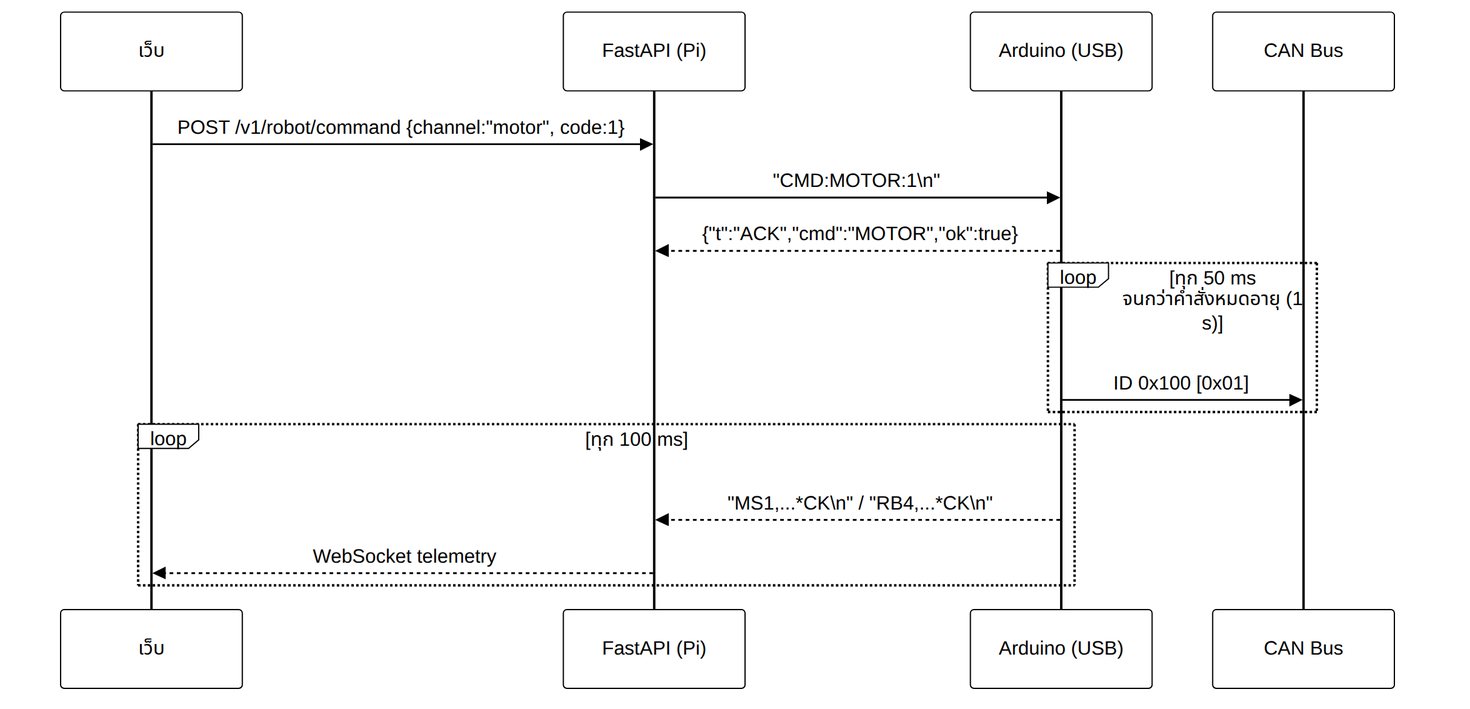
Before: docs/images/2-2-2-sequence-web-command.png, a diagram exported from Mermaid (SaktanuthPeak/durian-bot). Its source is kept beside it as docs/diagrams/2-2-2-sequence-web-command.mmd. The source it was exported from:
```mermaid
%%{init: {'theme': 'base', 'themeVariables': {'background': '#ffffff', 'mainBkg': '#ffffff', 'primaryColor': '#ffffff', 'secondaryColor': '#ffffff', 'tertiaryColor': '#ffffff', 'primaryTextColor': '#000000', 'secondaryTextColor': '#000000', 'tertiaryTextColor': '#000000', 'textColor': '#000000', 'primaryBorderColor': '#000000', 'secondaryBorderColor': '#000000', 'tertiaryBorderColor': '#000000', 'nodeBorder': '#000000', 'lineColor': '#000000', 'clusterBkg': '#ffffff', 'clusterBorder': '#000000', 'edgeLabelBackground': '#ffffff', 'titleColor': '#000000', 'actorBkg': '#ffffff', 'actorBorder': '#000000', 'actorTextColor': '#000000', 'actorLineColor': '#000000', 'signalColor': '#000000', 'signalTextColor': '#000000', 'labelBoxBkgColor': '#ffffff', 'labelBoxBorderColor': '#000000', 'labelTextColor': '#000000', 'loopTextColor': '#000000', 'noteBkgColor': '#ffffff', 'noteBorderColor': '#000000', 'noteTextColor': '#000000', 'activationBkgColor': '#ffffff', 'activationBorderColor': '#000000'}}}%%
sequenceDiagram
    participant W as เว็บ
    participant B as FastAPI (Pi)
    participant U as Arduino (USB)
    participant C as CAN Bus
    W->>B: POST /v1/robot/command {channel:"motor", code:1}
    B->>U: "CMD:MOTOR:1\n"
    U-->>B: {"t":"ACK","cmd":"MOTOR","ok":true}
    loop ทุก 50 ms จนกว่าคำสั่งหมดอายุ (1 s)
        U->>C: ID 0x100 [0x01]
    end
    loop ทุก 100 ms
        U-->>B: "MS1,...*CK\n" / "RB4,...*CK\n"
        B-->>W: WebSocket telemetry
    end
```
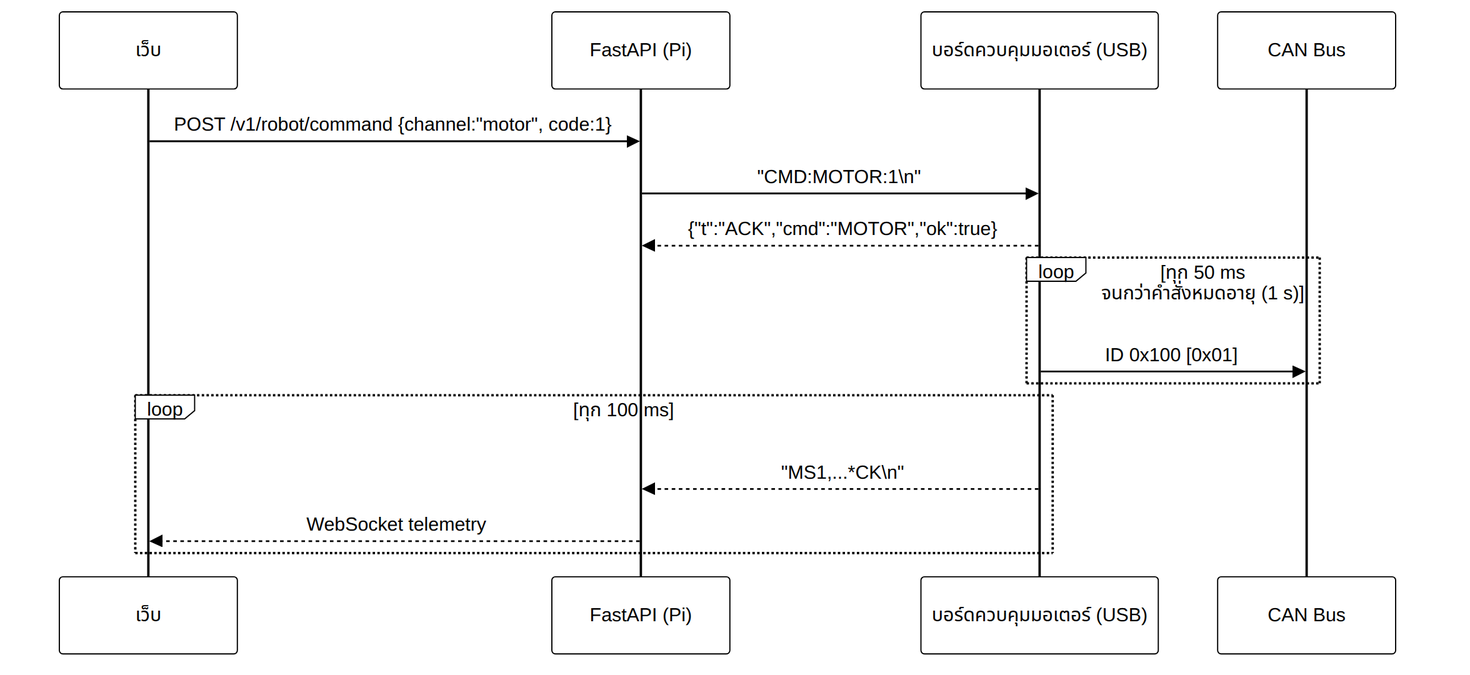
The same diagram one commit later.

Change to the diagram source:
```diff
@@ -2,7 +2,7 @@
 sequenceDiagram
     participant W as เว็บ
     participant B as FastAPI (Pi)
-    participant U as Arduino (USB)
+    participant U as บอร์ดควบคุมมอเตอร์ (USB)
     participant C as CAN Bus
     W->>B: POST /v1/robot/command {channel:"motor", code:1}
     B->>U: "CMD:MOTOR:1\n"
@@ -11,6 +11,6 @@
         U->>C: ID 0x100 [0x01]
     end
     loop ทุก 100 ms
-        U-->>B: "MS1,...*CK\n" / "RB4,...*CK\n"
+        U-->>B: "MS1,...*CK\n"
         B-->>W: WebSocket telemetry
     end
```
